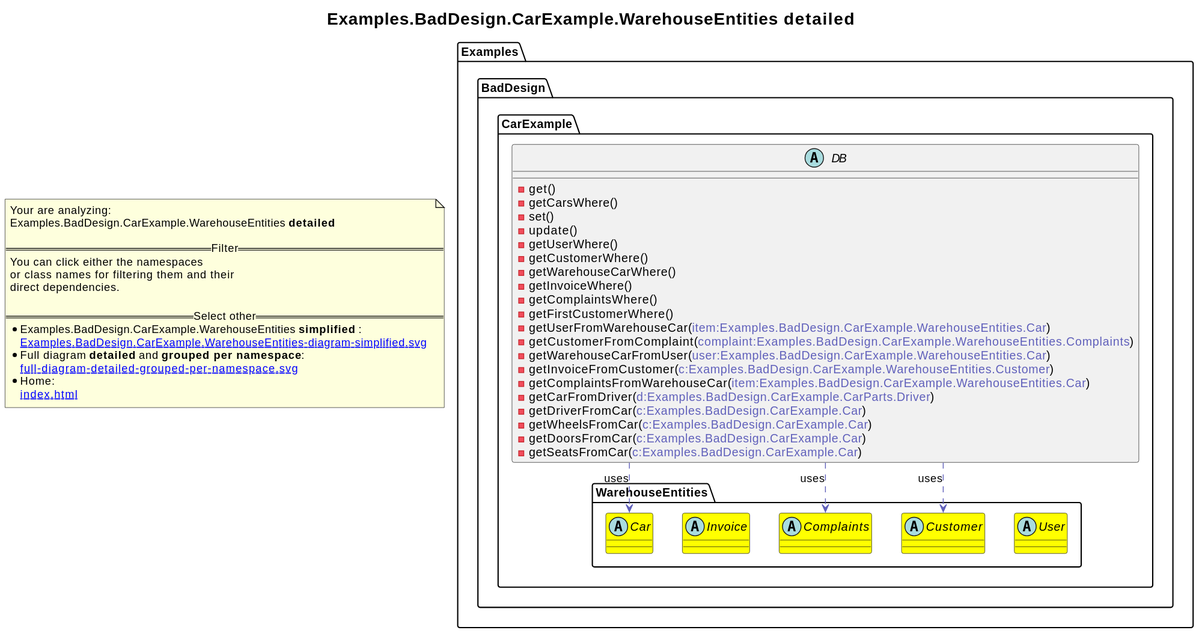
The PlantUML diagram revenger-csharp-adapter.out/Examples.BadDesign.CarExample.WarehouseEntities-diagram-detailed.svg in 2BlackCoffees/revenger, before a commit. Its diagram source:
```plantuml
@startuml
skinparam linetype ortho
title <size:20>Examples.BadDesign.CarExample.WarehouseEntities **detailed** </size>
note "Your are analyzing:\nExamples.BadDesign.CarExample.WarehouseEntities **detailed** \n\n==Filter==\nYou can click either the namespaces \nor class names for filtering them and their\ndirect dependencies.\n\n==Select other==\n* Examples.BadDesign.CarExample.WarehouseEntities **simplified** :\n   [[Examples.BadDesign.CarExample.WarehouseEntities-diagram-simplified.svg]]\n* Full diagram **detailed** and **grouped per namespace**:\n   [[full-diagram-detailed-grouped-per-namespace.svg]]\n* Home:\n   [[index.html]]" as FloatingNote
    abstract class Examples.BadDesign.CarExample.DB [[Examples.BadDesign.CarExample.DB-diagram-detailed.svg]]  {
      - get(<font color="6060BB"></font>)
      - getCarsWhere(<font color="6060BB"></font>)
      - set(<font color="6060BB"></font>)
      - update(<font color="6060BB"></font>)
      - getUserWhere(<font color="6060BB"></font>)
      - getCustomerWhere(<font color="6060BB"></font>)
      - getWarehouseCarWhere(<font color="6060BB"></font>)
      - getInvoiceWhere(<font color="6060BB"></font>)
      - getComplaintsWhere(<font color="6060BB"></font>)
      - getFirstCustomerWhere(<font color="6060BB"></font>)
      - getUserFromWarehouseCar(<font color="6060BB">item:Examples.BadDesign.CarExample.WarehouseEntities.Car</font>)
      - getCustomerFromComplaint(<font color="6060BB">complaint:Examples.BadDesign.CarExample.WarehouseEntities.Complaints</font>)
      - getWarehouseCarFromUser(<font color="6060BB">user:Examples.BadDesign.CarExample.WarehouseEntities.Car</font>)
      - getInvoiceFromCustomer(<font color="6060BB">c:Examples.BadDesign.CarExample.WarehouseEntities.Customer</font>)
      - getComplaintsFromWarehouseCar(<font color="6060BB">item:Examples.BadDesign.CarExample.WarehouseEntities.Car</font>)
      - getCarFromDriver(<font color="6060BB">d:Examples.BadDesign.CarExample.CarParts.Driver</font>)
      - getDriverFromCar(<font color="6060BB">c:Examples.BadDesign.CarExample.Car</font>)
      - getWheelsFromCar(<font color="6060BB">c:Examples.BadDesign.CarExample.Car</font>)
      - getDoorsFromCar(<font color="6060BB">c:Examples.BadDesign.CarExample.Car</font>)
      - getSeatsFromCar(<font color="6060BB">c:Examples.BadDesign.CarExample.Car</font>)
    }
      abstract class Examples.BadDesign.CarExample.WarehouseEntities.User [[Examples.BadDesign.CarExample.WarehouseEntities.User-diagram-detailed.svg]] #yellow {
      }
      abstract class Examples.BadDesign.CarExample.WarehouseEntities.Customer [[Examples.BadDesign.CarExample.WarehouseEntities.Customer-diagram-detailed.svg]] #yellow {
      }
      abstract class Examples.BadDesign.CarExample.WarehouseEntities.Complaints [[Examples.BadDesign.CarExample.WarehouseEntities.Complaints-diagram-detailed.svg]] #yellow {
      }
      abstract class Examples.BadDesign.CarExample.WarehouseEntities.Invoice [[Examples.BadDesign.CarExample.WarehouseEntities.Invoice-diagram-detailed.svg]] #yellow {
      }
      abstract class Examples.BadDesign.CarExample.WarehouseEntities.Car [[Examples.BadDesign.CarExample.WarehouseEntities.Car-diagram-detailed.svg]] #yellow {
      }
Examples.BadDesign.CarExample.DB .[#6060BB].> Examples.BadDesign.CarExample.WarehouseEntities.Car  : uses
Examples.BadDesign.CarExample.DB .[#6060BB].> Examples.BadDesign.CarExample.WarehouseEntities.Complaints  : uses
Examples.BadDesign.CarExample.DB .[#6060BB].> Examples.BadDesign.CarExample.WarehouseEntities.Customer  : uses
@enduml
```
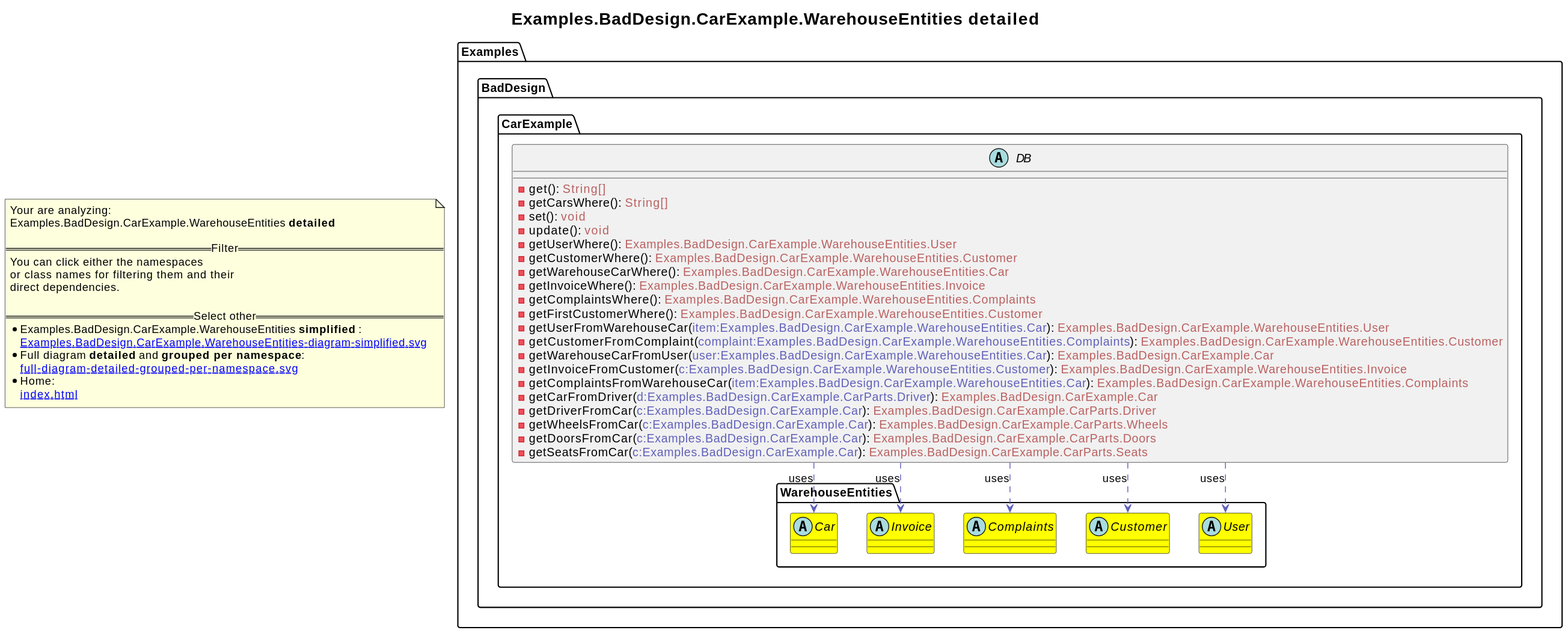
After the commit.

The edit, as a diff of the source:
```diff
@@ -3,26 +3,26 @@
 title <size:20>Examples.BadDesign.CarExample.WarehouseEntities **detailed** </size>
 note "Your are analyzing:\nExamples.BadDesign.CarExample.WarehouseEntities **detailed** \n\n==Filter==\nYou can click either the namespaces \nor class names for filtering them and their\ndirect dependencies.\n\n==Select other==\n* Examples.BadDesign.CarExample.WarehouseEntities **simplified** :\n   [[Examples.BadDesign.CarExample.WarehouseEntities-diagram-simplified.svg]]\n* Full diagram **detailed** and **grouped per namespace**:\n   [[full-diagram-detailed-grouped-per-namespace.svg]]\n* Home:\n   [[index.html]]" as FloatingNote
     abstract class Examples.BadDesign.CarExample.DB [[Examples.BadDesign.CarExample.DB-diagram-detailed.svg]]  {
-      - get(<font color="6060BB"></font>)
-      - getCarsWhere(<font color="6060BB"></font>)
-      - set(<font color="6060BB"></font>)
-      - update(<font color="6060BB"></font>)
-      - getUserWhere(<font color="6060BB"></font>)
-      - getCustomerWhere(<font color="6060BB"></font>)
-      - getWarehouseCarWhere(<font color="6060BB"></font>)
-      - getInvoiceWhere(<font color="6060BB"></font>)
-      - getComplaintsWhere(<font color="6060BB"></font>)
-      - getFirstCustomerWhere(<font color="6060BB"></font>)
-      - getUserFromWarehouseCar(<font color="6060BB">item:Examples.BadDesign.CarExample.WarehouseEntities.Car</font>)
-      - getCustomerFromComplaint(<font color="6060BB">complaint:Examples.BadDesign.CarExample.WarehouseEntities.Complaints</font>)
-      - getWarehouseCarFromUser(<font color="6060BB">user:Examples.BadDesign.CarExample.WarehouseEntities.Car</font>)
-      - getInvoiceFromCustomer(<font color="6060BB">c:Examples.BadDesign.CarExample.WarehouseEntities.Customer</font>)
-      - getComplaintsFromWarehouseCar(<font color="6060BB">item:Examples.BadDesign.CarExample.WarehouseEntities.Car</font>)
-      - getCarFromDriver(<font color="6060BB">d:Examples.BadDesign.CarExample.CarParts.Driver</font>)
-      - getDriverFromCar(<font color="6060BB">c:Examples.BadDesign.CarExample.Car</font>)
-      - getWheelsFromCar(<font color="6060BB">c:Examples.BadDesign.CarExample.Car</font>)
-      - getDoorsFromCar(<font color="6060BB">c:Examples.BadDesign.CarExample.Car</font>)
-      - getSeatsFromCar(<font color="6060BB">c:Examples.BadDesign.CarExample.Car</font>)
+      - get(<font color="6060BB"></font>): <font color="BB6060">String[]</font>
+      - getCarsWhere(<font color="6060BB"></font>): <font color="BB6060">String[]</font>
+      - set(<font color="6060BB"></font>): <font color="BB6060">void</font>
+      - update(<font color="6060BB"></font>): <font color="BB6060">void</font>
+      - getUserWhere(<font color="6060BB"></font>): <font color="BB6060">Examples.BadDesign.CarExample.WarehouseEntities.User</font>
+      - getCustomerWhere(<font color="6060BB"></font>): <font color="BB6060">Examples.BadDesign.CarExample.WarehouseEntities.Customer</font>
+      - getWarehouseCarWhere(<font color="6060BB"></font>): <font color="BB6060">Examples.BadDesign.CarExample.WarehouseEntities.Car</font>
+      - getInvoiceWhere(<font color="6060BB"></font>): <font color="BB6060">Examples.BadDesign.CarExample.WarehouseEntities.Invoice</font>
+      - getComplaintsWhere(<font color="6060BB"></font>): <font color="BB6060">Examples.BadDesign.CarExample.WarehouseEntities.Complaints</font>
+      - getFirstCustomerWhere(<font color="6060BB"></font>): <font color="BB6060">Examples.BadDesign.CarExample.WarehouseEntities.Customer</font>
+      - getUserFromWarehouseCar(<font color="6060BB">item:Examples.BadDesign.CarExample.WarehouseEntities.Car</font>): <font color="BB6060">Examples.BadDesign.CarExample.WarehouseEntities.User</font>
+      - getCustomerFromComplaint(<font color="6060BB">complaint:Examples.BadDesign.CarExample.WarehouseEntities.Complaints</font>): <font color="BB6060">Examples.BadDesign.CarExample.WarehouseEntities.Customer</font>
+      - getWarehouseCarFromUser(<font color="6060BB">user:Examples.BadDesign.CarExample.WarehouseEntities.Car</font>): <font color="BB6060">Examples.BadDesign.CarExample.Car</font>
+      - getInvoiceFromCustomer(<font color="6060BB">c:Examples.BadDesign.CarExample.WarehouseEntities.Customer</font>): <font color="BB6060">Examples.BadDesign.CarExample.WarehouseEntities.Invoice</font>
+      - getComplaintsFromWarehouseCar(<font color="6060BB">item:Examples.BadDesign.CarExample.WarehouseEntities.Car</font>): <font color="BB6060">Examples.BadDesign.CarExample.WarehouseEntities.Complaints</font>
+      - getCarFromDriver(<font color="6060BB">d:Examples.BadDesign.CarExample.CarParts.Driver</font>): <font color="BB6060">Examples.BadDesign.CarExample.Car</font>
+      - getDriverFromCar(<font color="6060BB">c:Examples.BadDesign.CarExample.Car</font>): <font color="BB6060">Examples.BadDesign.CarExample.CarParts.Driver</font>
+      - getWheelsFromCar(<font color="6060BB">c:Examples.BadDesign.CarExample.Car</font>): <font color="BB6060">Examples.BadDesign.CarExample.CarParts.Wheels</font>
+      - getDoorsFromCar(<font color="6060BB">c:Examples.BadDesign.CarExample.Car</font>): <font color="BB6060">Examples.BadDesign.CarExample.CarParts.Doors</font>
+      - getSeatsFromCar(<font color="6060BB">c:Examples.BadDesign.CarExample.Car</font>): <font color="BB6060">Examples.BadDesign.CarExample.CarParts.Seats</font>
     }
       abstract class Examples.BadDesign.CarExample.WarehouseEntities.User [[Examples.BadDesign.CarExample.WarehouseEntities.User-diagram-detailed.svg]] #yellow {
       }
@@ -34,7 +34,9 @@
       }
       abstract class Examples.BadDesign.CarExample.WarehouseEntities.Car [[Examples.BadDesign.CarExample.WarehouseEntities.Car-diagram-detailed.svg]] #yellow {
       }
+Examples.BadDesign.CarExample.DB .[#6060BB].> Examples.BadDesign.CarExample.WarehouseEntities.User  : uses
+Examples.BadDesign.CarExample.DB .[#6060BB].> Examples.BadDesign.CarExample.WarehouseEntities.Customer  : uses
 Examples.BadDesign.CarExample.DB .[#6060BB].> Examples.BadDesign.CarExample.WarehouseEntities.Car  : uses
+Examples.BadDesign.CarExample.DB .[#6060BB].> Examples.BadDesign.CarExample.WarehouseEntities.Invoice  : uses
 Examples.BadDesign.CarExample.DB .[#6060BB].> Examples.BadDesign.CarExample.WarehouseEntities.Complaints  : uses
-Examples.BadDesign.CarExample.DB .[#6060BB].> Examples.BadDesign.CarExample.WarehouseEntities.Customer  : uses
 @enduml
```
